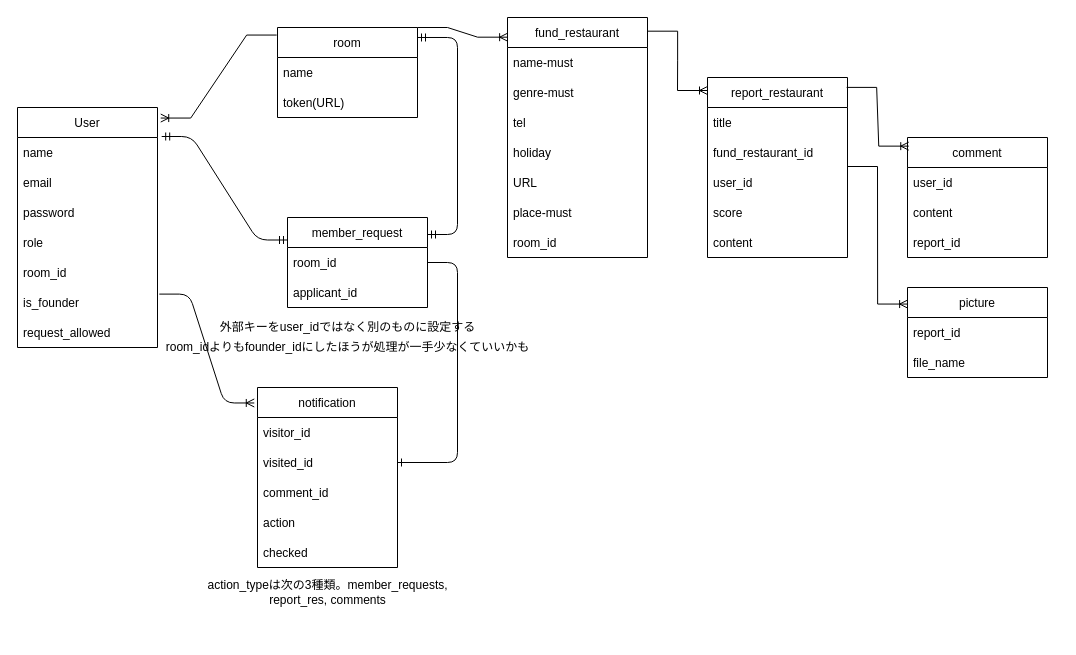
Above: ER_diagram.drawio in kashmii/favs_we_know (draw.io), before the change. Source tidied: cells renumbered, new cells numbered last; positions are measured from the earlier drawing's top-left corner, leaving out a move shared by most shapes. Both pictures are drawn from the tidied source at 100%, with x=0, y=0 at pixel (17, 17).
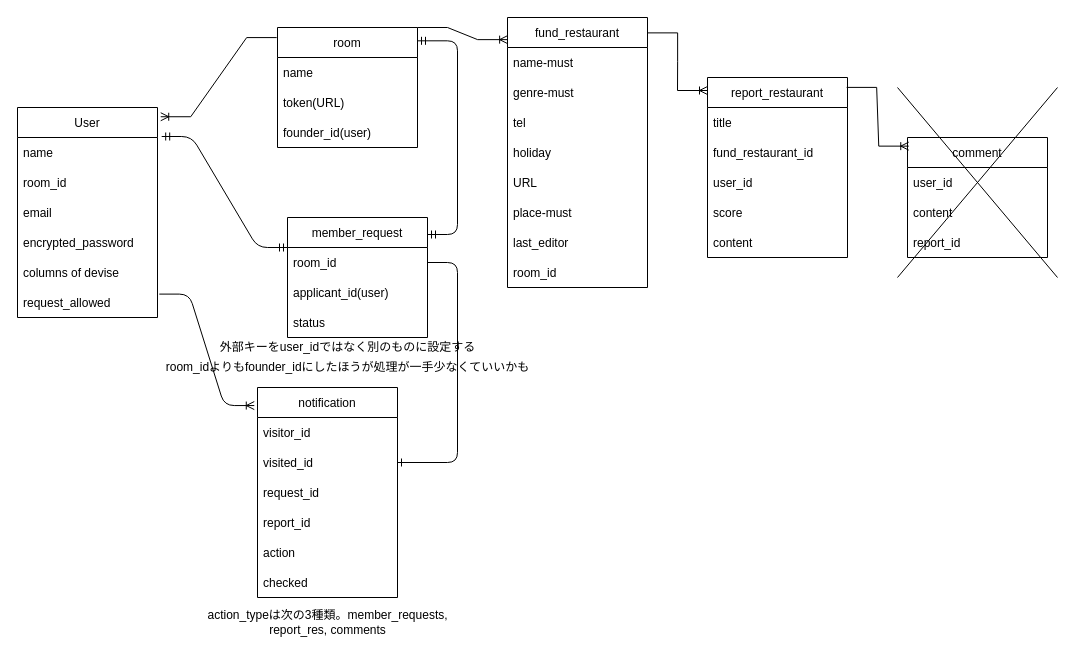
The same diagram, later.

Diff of the diagram source:
```diff
@@
     <mxCell id="2" value="room" style="swimlane;fontStyle=0;horizontal=1;startSize=30;" parent="1" vertex="1">
-      <mxGeometry x="260" y="10" width="140" height="90" as="geometry" />
+      <mxGeometry x="260" y="10" width="140" height="120" as="geometry" />
     </mxCell>
@@
+    <mxCell id="55" value="founder_id(user)" style="text;strokeColor=none;fillColor=none;align=left;verticalAlign=middle;spacingLeft=4;spacingRight=4;overflow=hidden;" parent="2" vertex="1">
+      <mxGeometry y="90" width="140" height="30" as="geometry" />
+    </mxCell>
     <mxCell id="5" value="User" style="swimlane;fontStyle=0;horizontal=1;startSize=30;" parent="1" vertex="1">
-      <mxGeometry y="90" width="140" height="240" as="geometry" />
+      <mxGeometry y="90" width="140" height="210" as="geometry" />
     </mxCell>
@@
+    <mxCell id="10" value="room_id" style="text;strokeColor=none;fillColor=none;align=left;verticalAlign=middle;spacingLeft=4;spacingRight=4;overflow=hidden;" parent="5" vertex="1">
+      <mxGeometry y="60" width="140" height="30" as="geometry" />
+    </mxCell>
     <mxCell id="7" value="email" style="text;strokeColor=none;fillColor=none;align=left;verticalAlign=middle;spacingLeft=4;spacingRight=4;overflow=hidden;" parent="5" vertex="1">
-      <mxGeometry y="60" width="140" height="30" as="geometry" />
+      <mxGeometry y="90" width="140" height="30" as="geometry" />
     </mxCell>
-    <mxCell id="8" value="password" style="text;strokeColor=none;fillColor=none;align=left;verticalAlign=middle;spacingLeft=4;spacingRight=4;overflow=hidden;" parent="5" vertex="1">
-      <mxGeometry y="90" width="140" height="30" as="geometry" />
+    <mxCell id="8" value="encrypted_password" style="text;strokeColor=none;fillColor=none;align=left;verticalAlign=middle;spacingLeft=4;spacingRight=4;overflow=hidden;" parent="5" vertex="1">
+      <mxGeometry y="120" width="140" height="30" as="geometry" />
     </mxCell>
-    <mxCell id="9" value="role" style="text;strokeColor=none;fillColor=none;align=left;verticalAlign=middle;spacingLeft=4;spacingRight=4;overflow=hidden;" parent="5" vertex="1">
-      <mxGeometry y="120" width="140" height="30" as="geometry" />
+    <mxCell id="9" value="columns of devise   " style="text;strokeColor=none;fillColor=none;align=left;verticalAlign=middle;spacingLeft=4;spacingRight=4;overflow=hidden;" parent="5" vertex="1">
+      <mxGeometry y="150" width="140" height="30" as="geometry" />
     </mxCell>
-    <mxCell id="10" value="room_id" style="text;strokeColor=none;fillColor=none;align=left;verticalAlign=middle;spacingLeft=4;spacingRight=4;overflow=hidden;" parent="5" vertex="1">
-      <mxGeometry y="150" width="140" height="30" as="geometry" />
-    </mxCell>
-    <mxCell id="11" value="is_founder" style="text;strokeColor=none;fillColor=none;align=left;verticalAlign=middle;spacingLeft=4;spacingRight=4;overflow=hidden;points=[[0,0.5],[1,0.5]];portConstraint=eastwest;" parent="5" vertex="1">
-      <mxGeometry y="180" width="140" height="30" as="geometry" />
-    </mxCell>
     <mxCell id="12" value="request_allowed" style="text;strokeColor=none;fillColor=none;align=left;verticalAlign=middle;spacingLeft=4;spacingRight=4;overflow=hidden;" parent="5" vertex="1">
-      <mxGeometry y="210" width="140" height="30" as="geometry" />
+      <mxGeometry y="180" width="140" height="30" as="geometry" />
     </mxCell>
     <mxCell id="13" value="fund_restaurant" style="swimlane;fontStyle=0;horizontal=1;startSize=30;" parent="1" vertex="1">
-      <mxGeometry x="490" width="140" height="240" as="geometry" />
+      <mxGeometry x="490" width="140" height="270" as="geometry" />
     </mxCell>
@@
+    <mxCell id="56" value="last_editor" style="text;strokeColor=none;fillColor=none;align=left;verticalAlign=middle;spacingLeft=4;spacingRight=4;overflow=hidden;" parent="13" vertex="1">
+      <mxGeometry y="210" width="140" height="30" as="geometry" />
+    </mxCell>
     <mxCell id="20" value="room_id" style="text;strokeColor=none;fillColor=none;align=left;verticalAlign=middle;spacingLeft=4;spacingRight=4;overflow=hidden;" parent="13" vertex="1">
-      <mxGeometry y="210" width="140" height="30" as="geometry" />
+      <mxGeometry y="240" width="140" height="30" as="geometry" />
     </mxCell>
     <mxCell id="21" value="notification" style="swimlane;fontStyle=0;horizontal=1;startSize=30;" parent="1" vertex="1">
-      <mxGeometry x="240" y="370" width="140" height="180" as="geometry" />
+      <mxGeometry x="240" y="370" width="140" height="210" as="geometry" />
     </mxCell>
@@
-    <mxCell id="24" value="comment_id" style="text;strokeColor=none;fillColor=none;align=left;verticalAlign=middle;spacingLeft=4;spacingRight=4;overflow=hidden;" parent="21" vertex="1">
+    <mxCell id="24" value="request_id" style="text;strokeColor=none;fillColor=none;align=left;verticalAlign=middle;spacingLeft=4;spacingRight=4;overflow=hidden;" parent="21" vertex="1">
       <mxGeometry y="90" width="140" height="30" as="geometry" />
     </mxCell>
+    <mxCell id="52" value="report_id" style="text;strokeColor=none;fillColor=none;align=left;verticalAlign=middle;spacingLeft=4;spacingRight=4;overflow=hidden;" parent="21" vertex="1">
+      <mxGeometry y="120" width="140" height="30" as="geometry" />
+    </mxCell>
     <mxCell id="25" value="action" style="text;strokeColor=none;fillColor=none;align=left;verticalAlign=middle;spacingLeft=4;spacingRight=4;overflow=hidden;" parent="21" vertex="1">
-      <mxGeometry y="120" width="140" height="30" as="geometry" />
+      <mxGeometry y="150" width="140" height="30" as="geometry" />
     </mxCell>
     <mxCell id="26" value="checked" style="text;strokeColor=none;fillColor=none;align=left;verticalAlign=middle;spacingLeft=4;spacingRight=4;overflow=hidden;" parent="21" vertex="1">
-      <mxGeometry y="150" width="140" height="30" as="geometry" />
+      <mxGeometry y="180" width="140" height="30" as="geometry" />
     </mxCell>
@@
     <mxCell id="28" value="member_request" style="swimlane;fontStyle=0;horizontal=1;startSize=30;" parent="1" vertex="1">
-      <mxGeometry x="270" y="200" width="140" height="90" as="geometry" />
+      <mxGeometry x="270" y="200" width="140" height="120" as="geometry" />
     </mxCell>
@@
+    <mxCell id="57" value="applicant_id(user)" style="text;strokeColor=none;fillColor=none;align=left;verticalAlign=middle;spacingLeft=4;spacingRight=4;overflow=hidden;" parent="28" vertex="1">
+      <mxGeometry y="60" width="140" height="30" as="geometry" />
+    </mxCell>
-    <mxCell id="30" value="applicant_id" style="text;strokeColor=none;fillColor=none;align=left;verticalAlign=middle;spacingLeft=4;spacingRight=4;overflow=hidden;" parent="28" vertex="1">
-      <mxGeometry y="60" width="140" height="30" as="geometry" />
+    <mxCell id="30" value="status" style="text;strokeColor=none;fillColor=none;align=left;verticalAlign=middle;spacingLeft=4;spacingRight=4;overflow=hidden;" parent="28" vertex="1">
+      <mxGeometry y="90" width="140" height="30" as="geometry" />
     </mxCell>
@@
     <mxCell id="33" value="外部キーをuser_idではなく別のものに設定する" style="text;html=1;align=center;verticalAlign=middle;strokeColor=none;fillColor=none;" parent="1" vertex="1">
-      <mxGeometry x="195" y="300" width="270" height="20" as="geometry" />
+      <mxGeometry x="195" y="320" width="270" height="20" as="geometry" />
     </mxCell>
-    <mxCell id="34" style="edgeStyle=entityRelationEdgeStyle;fontSize=12;html=1;endArrow=ERoneToMany;exitX=1.013;exitY=0.22;exitDx=0;exitDy=0;exitPerimeter=0;entryX=-0.023;entryY=0.086;entryDx=0;entryDy=0;entryPerimeter=0;" parent="1" edge="1" source="11" target="21">
-      <mxGeometry relative="1" as="geometry" />
+    <mxCell id="34" style="edgeStyle=entityRelationEdgeStyle;fontSize=12;html=1;endArrow=ERoneToMany;exitX=1.013;exitY=0.22;exitDx=0;exitDy=0;exitPerimeter=0;entryX=-0.023;entryY=0.086;entryDx=0;entryDy=0;entryPerimeter=0;" parent="1" edge="1" target="21">
+      <mxGeometry relative="1" as="geometry">
+        <mxPoint x="141.8" y="276.6" as="sourcePoint" />
+      </mxGeometry>
     </mxCell>
@@
     <mxCell id="36" value="room_idよりもfounder_idにしたほうが処理が一手少なくていいかも" style="text;html=1;align=center;verticalAlign=middle;strokeColor=none;fillColor=none;" parent="1" vertex="1">
-      <mxGeometry x="140" y="320" width="380" height="20" as="geometry" />
+      <mxGeometry x="140" y="340" width="380" height="20" as="geometry" />
     </mxCell>
@@
     <mxCell id="48" value="action_typeは次の3種類。member_requests,&lt;br&gt;report_res, comments" style="text;html=1;align=center;verticalAlign=middle;strokeColor=none;fillColor=none;" parent="1" vertex="1">
-      <mxGeometry x="180" y="560" width="260" height="30" as="geometry" />
+      <mxGeometry x="180" y="590" width="260" height="30" as="geometry" />
     </mxCell>
@@
-    <mxCell id="51" value="picture" style="swimlane;fontStyle=0;horizontal=1;startSize=30;" parent="1" vertex="1">
-      <mxGeometry x="890" y="270" width="140" height="90" as="geometry" />
-    </mxCell>
-    <mxCell id="52" value="report_id" style="text;strokeColor=none;fillColor=none;align=left;verticalAlign=middle;spacingLeft=4;spacingRight=4;overflow=hidden;" parent="51" vertex="1">
-      <mxGeometry y="30" width="140" height="30" as="geometry" />
-    </mxCell>
-    <mxCell id="53" value="file_name" style="text;strokeColor=none;fillColor=none;align=left;verticalAlign=middle;spacingLeft=4;spacingRight=4;overflow=hidden;" parent="51" vertex="1">
-      <mxGeometry y="60" width="140" height="30" as="geometry" />
-    </mxCell>
-    <mxCell id="54" style="edgeStyle=entityRelationEdgeStyle;fontSize=12;html=1;endArrow=ERoneToMany;rounded=0;entryX=0.001;entryY=0.184;entryDx=0;entryDy=0;entryPerimeter=0;" parent="1" edge="1" target="51">
-      <mxGeometry relative="1" as="geometry">
-        <mxPoint x="830" y="149" as="sourcePoint" />
-      </mxGeometry>
-    </mxCell>
+    <mxCell id="58" style="endArrow=none;html=1;" parent="1" edge="1">
+      <mxGeometry relative="1" as="geometry">
+        <mxPoint x="880" y="260" as="sourcePoint" />
+        <mxPoint x="1040" y="70" as="targetPoint" />
+      </mxGeometry>
+    </mxCell>
+    <mxCell id="59" style="endArrow=none;html=1;" parent="1" edge="1">
+      <mxGeometry relative="1" as="geometry">
+        <mxPoint x="880" y="70" as="sourcePoint" />
+        <mxPoint x="1040" y="260" as="targetPoint" />
+      </mxGeometry>
+    </mxCell>
```
